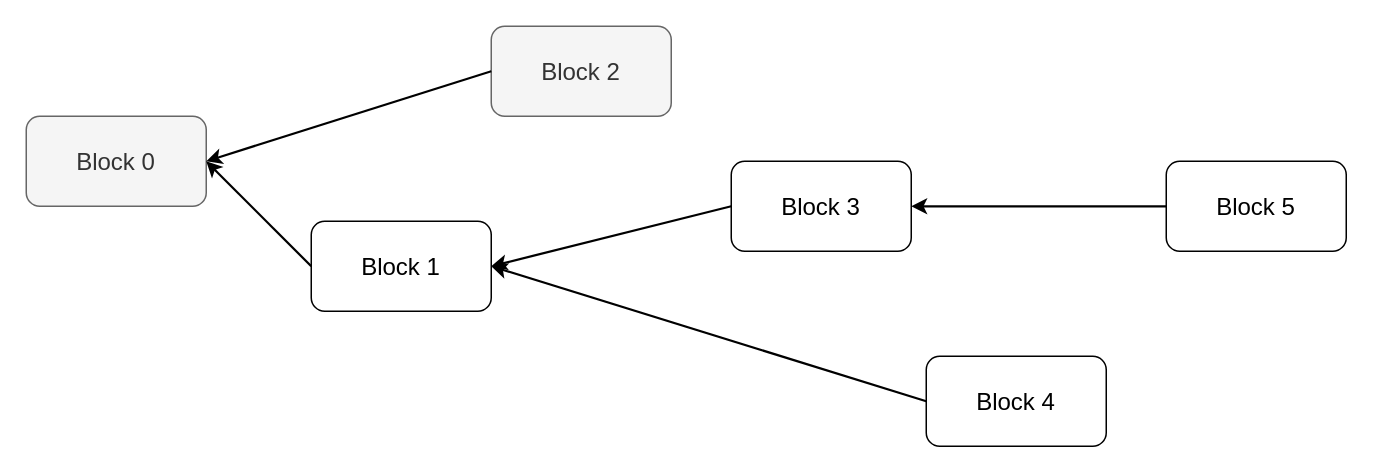
Above: ethereum-research/consensus/fork-choice rule/rule itself/canonical chain.drawio in 0xyicheng/a-research-diagram (draw.io), before the change. Source tidied: cells renumbered, new cells numbered last; positions are measured from the earlier drawing's top-left corner, leaving out a move shared by most shapes. Both pictures are drawn from the tidied source at 150%, with x=0, y=0 at pixel (26, 26).
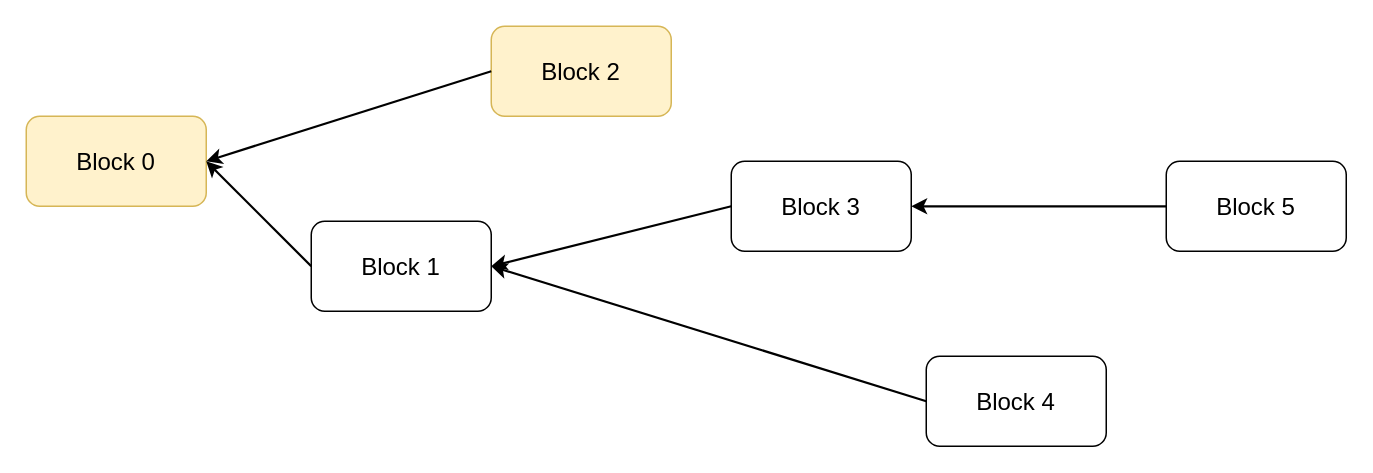
Above is the later version.

Change to the diagram source:
```diff
@@
 <mxGraphModel>
   <root>
     <mxCell id="0" />
     <mxCell id="1" parent="0" />
-    <mxCell id="2" value="&lt;font style=&quot;font-size: 16px;&quot;&gt;Block 0&lt;/font&gt;" style="rounded=1;whiteSpace=wrap;html=1;fillColor=#f5f5f5;strokeColor=#666666;fontColor=#333333;" parent="1" vertex="1">
+    <mxCell id="2" value="&lt;font style=&quot;font-size: 16px;&quot;&gt;Block 0&lt;/font&gt;" style="rounded=1;whiteSpace=wrap;html=1;fillColor=#fff2cc;strokeColor=#d6b656;" parent="1" vertex="1">
       <mxGeometry y="60" width="120" height="60" as="geometry" />
     </mxCell>
     <mxCell id="3" value="&lt;span style=&quot;font-size: 16px;&quot;&gt;Block 1&lt;/span&gt;" style="rounded=1;whiteSpace=wrap;html=1;" parent="1" vertex="1">
       <mxGeometry x="190" y="130" width="120" height="60" as="geometry" />
     </mxCell>
-    <mxCell id="4" value="&lt;span style=&quot;font-size: 16px;&quot;&gt;Block 2&lt;/span&gt;" style="rounded=1;whiteSpace=wrap;html=1;fillColor=#f5f5f5;fontColor=#333333;strokeColor=#666666;" parent="1" vertex="1">
+    <mxCell id="4" value="&lt;span style=&quot;font-size: 16px;&quot;&gt;Block 2&lt;/span&gt;" style="rounded=1;whiteSpace=wrap;html=1;fillColor=#fff2cc;strokeColor=#d6b656;" parent="1" vertex="1">
       <mxGeometry x="310" width="120" height="60" as="geometry" />
     </mxCell>
     <mxCell id="5" value="&lt;span style=&quot;font-size: 16px;&quot;&gt;Block 4&lt;/span&gt;" style="rounded=1;whiteSpace=wrap;html=1;" parent="1" vertex="1">
       <mxGeometry x="600" y="220" width="120" height="60" as="geometry" />
     </mxCell>
     <mxCell id="6" value="&lt;span style=&quot;font-size: 16px;&quot;&gt;Block 3&lt;/span&gt;" style="rounded=1;whiteSpace=wrap;html=1;" parent="1" vertex="1">
       <mxGeometry x="470" y="90" width="120" height="60" as="geometry" />
     </mxCell>
     <mxCell id="7" value="&lt;span style=&quot;font-size: 16px;&quot;&gt;Block 5&lt;/span&gt;" style="rounded=1;whiteSpace=wrap;html=1;" parent="1" vertex="1">
       <mxGeometry x="760" y="90" width="120" height="60" as="geometry" />
     </mxCell>
     <mxCell id="8" style="endArrow=classic;html=1;rounded=0;fontSize=16;strokeWidth=1.5;exitX=0;exitY=0.5;exitDx=0;exitDy=0;entryX=1;entryY=0.5;entryDx=0;entryDy=0;" parent="1" edge="1" source="4" target="2">
       <mxGeometry relative="1" as="geometry" />
     </mxCell>
     <mxCell id="9" style="endArrow=classic;html=1;rounded=0;fontSize=16;strokeWidth=1.5;exitX=0;exitY=0.5;exitDx=0;exitDy=0;entryX=1;entryY=0.5;entryDx=0;entryDy=0;" parent="1" edge="1" source="3" target="2">
       <mxGeometry relative="1" as="geometry" />
     </mxCell>
     <mxCell id="10" style="endArrow=classic;html=1;rounded=0;fontSize=16;strokeWidth=1.5;exitX=0;exitY=0.5;exitDx=0;exitDy=0;entryX=1;entryY=0.5;entryDx=0;entryDy=0;" parent="1" edge="1" source="6" target="3">
       <mxGeometry relative="1" as="geometry" />
     </mxCell>
     <mxCell id="11" style="endArrow=classic;html=1;rounded=0;fontSize=16;strokeWidth=1.5;exitX=0;exitY=0.5;exitDx=0;exitDy=0;entryX=1;entryY=0.5;entryDx=0;entryDy=0;" parent="1" edge="1" source="5" target="3">
       <mxGeometry relative="1" as="geometry" />
     </mxCell>
     <mxCell id="12" style="endArrow=classic;html=1;rounded=0;fontSize=16;strokeWidth=1.5;exitX=0;exitY=0.5;exitDx=0;exitDy=0;entryX=1;entryY=0.5;entryDx=0;entryDy=0;" parent="1" edge="1" source="7" target="6">
       <mxGeometry relative="1" as="geometry" />
     </mxCell>
   </root>
 </mxGraphModel>
```
